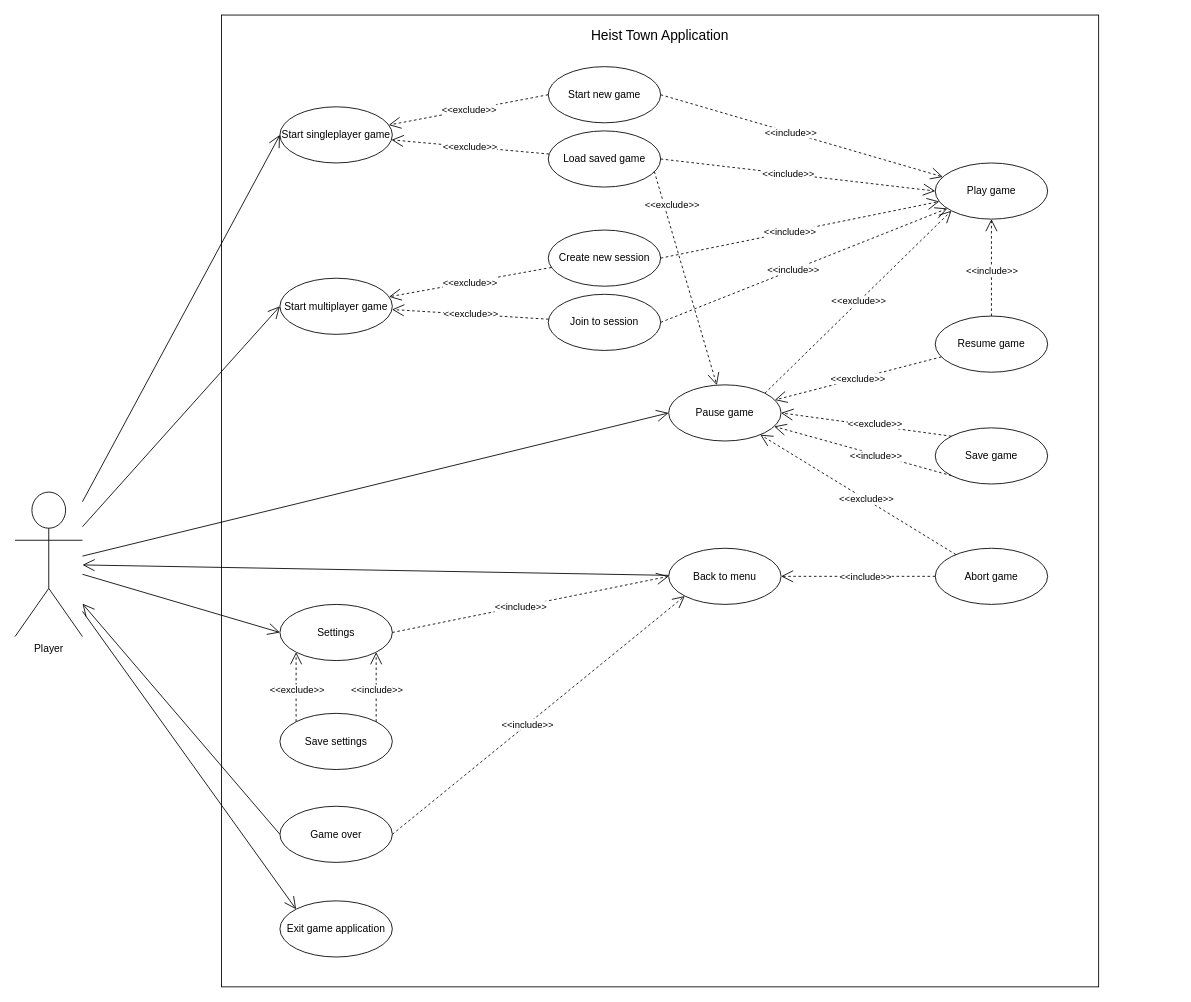
Above: doc/Use_case_diagram.drawio in TadekBiela/heisttown (draw.io), before the change. Source tidied: cells renumbered, new cells numbered last; positions are measured from the earlier drawing's top-left corner, leaving out a move shared by most shapes. Both pictures are drawn from the tidied source at 86%, with x=0, y=0 at pixel (15, 15).
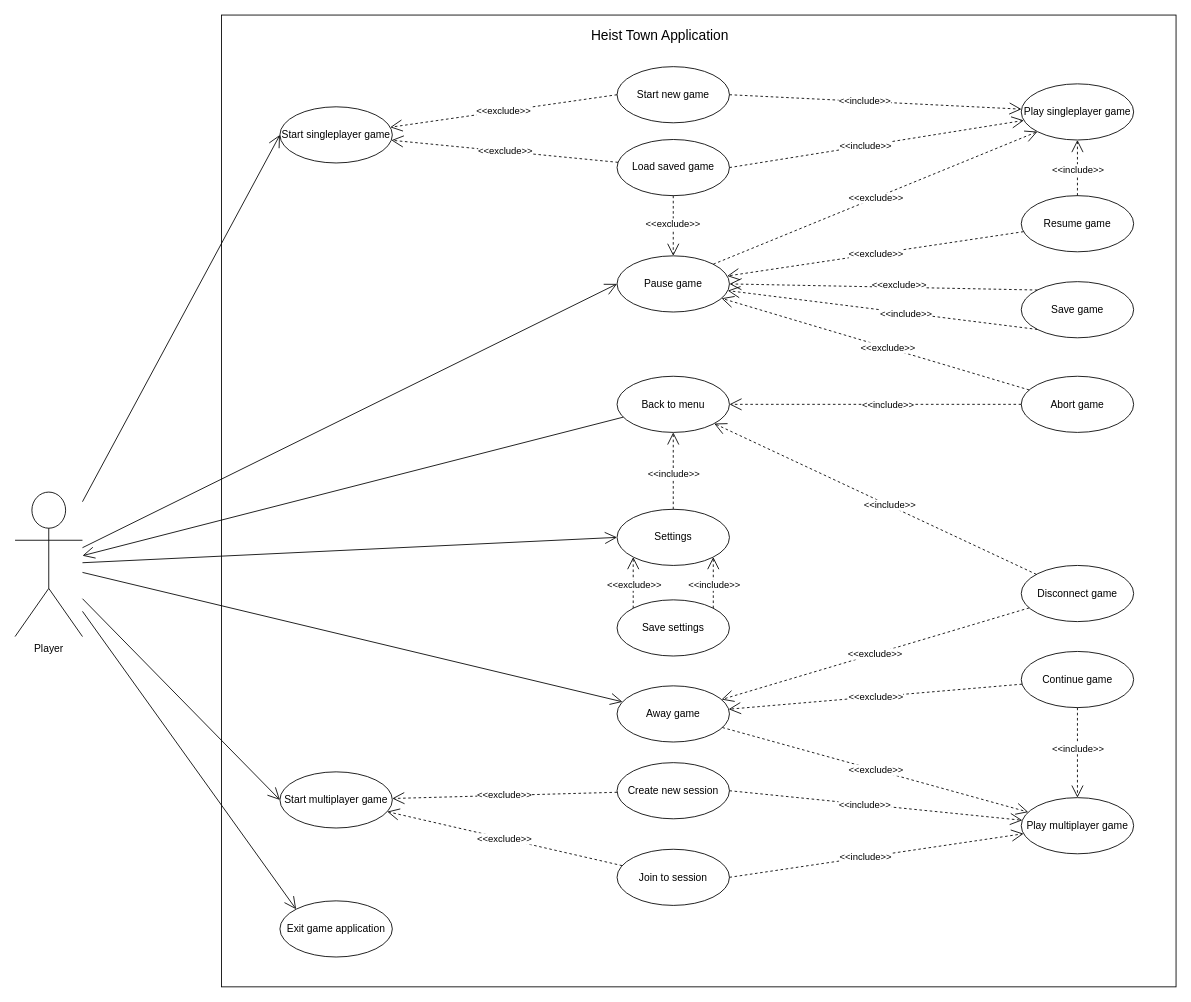
The same diagram, later.

Commit message (it also covers changes not shown here):
Improve use case diagram for multiplayer game case

Unchanged cells that the change refers to:
```xml
<mxCell id="4" value="Player" style="shape=umlActor;verticalLabelPosition=bottom;labelBackgroundColor=#ffffff;verticalAlign=top;html=1;outlineConnect=0;fillColor=none;align=center;" parent="1" vertex="1">
  <mxGeometry y="554.7" width="78.4" height="168" as="geometry" />
</mxCell>
```

The edit, as a diff of the source:
```diff
@@
     <mxCell id="2" style="rounded=0;whiteSpace=wrap;html=1;fillColor=none;" parent="1" vertex="1">
-      <mxGeometry x="240" width="1020" height="1130" as="geometry" />
+      <mxGeometry x="240" width="1110" height="1130" as="geometry" />
     </mxCell>
@@
     <mxCell id="7" value="Pause game" style="ellipse;whiteSpace=wrap;html=1;fillColor=none;" parent="1" vertex="1">
-      <mxGeometry x="760" y="430" width="130.7" height="65.3" as="geometry" />
+      <mxGeometry x="700" y="280" width="130.7" height="65.3" as="geometry" />
     </mxCell>
@@
     <mxCell id="9" value="Resume game" style="ellipse;whiteSpace=wrap;html=1;fillColor=none;" parent="1" vertex="1">
-      <mxGeometry x="1070" y="350" width="130.7" height="65.3" as="geometry" />
+      <mxGeometry x="1170" y="210" width="130.7" height="65.3" as="geometry" />
     </mxCell>
-    <mxCell id="10" value="Game over" style="ellipse;whiteSpace=wrap;html=1;fillColor=none;" parent="1" vertex="1">
-      <mxGeometry x="308" y="920" width="130.7" height="65.3" as="geometry" />
-    </mxCell>
-    <mxCell id="11" style="endArrow=open;endFill=1;endSize=12;html=1;exitX=0;exitY=0.5;exitDx=0;exitDy=0;" parent="1" edge="1" source="10" target="4">
-      <mxGeometry relative="1" as="geometry" />
-    </mxCell>
@@
     <mxCell id="13" value="Abort game" style="ellipse;whiteSpace=wrap;html=1;fillColor=none;" parent="1" vertex="1">
-      <mxGeometry x="1070" y="620" width="130.7" height="65.3" as="geometry" />
+      <mxGeometry x="1170" y="420" width="130.7" height="65.3" as="geometry" />
     </mxCell>
@@
     <mxCell id="16" value="Back to menu" style="ellipse;whiteSpace=wrap;html=1;fillColor=none;" parent="1" vertex="1">
-      <mxGeometry x="760" y="620" width="130.7" height="65.3" as="geometry" />
+      <mxGeometry x="700" y="420" width="130.7" height="65.3" as="geometry" />
     </mxCell>
-    <mxCell id="17" value="&amp;lt;&amp;lt;include&amp;gt;&amp;gt;" style="endArrow=open;endSize=12;dashed=1;html=1;entryX=0;entryY=1;entryDx=0;entryDy=0;exitX=1;exitY=0.5;exitDx=0;exitDy=0;" parent="1" edge="1" source="10" target="16">
-      <mxGeometry x="-0.08" relative="1" as="geometry">
-        <mxPoint x="1" as="offset" />
-      </mxGeometry>
-    </mxCell>
@@
-    <mxCell id="19" value="Play game" style="ellipse;whiteSpace=wrap;html=1;fillColor=none;" parent="1" vertex="1">
-      <mxGeometry x="1070" y="172" width="130.7" height="65.3" as="geometry" />
+    <mxCell id="19" value="Play singleplayer game" style="ellipse;whiteSpace=wrap;html=1;fillColor=none;" parent="1" vertex="1">
+      <mxGeometry x="1170" y="80" width="130.7" height="65.3" as="geometry" />
     </mxCell>
-    <mxCell id="20" value="&amp;lt;&amp;lt;include&amp;gt;&amp;gt;" style="endArrow=open;endSize=12;dashed=1;html=1;exitX=1;exitY=0.5;exitDx=0;exitDy=0;entryX=0;entryY=0.5;entryDx=0;entryDy=0;" parent="1" edge="1" source="38" target="19">
+    <mxCell id="20" value="&amp;lt;&amp;lt;include&amp;gt;&amp;gt;" style="endArrow=open;endSize=12;dashed=1;html=1;exitX=1;exitY=0.5;exitDx=0;exitDy=0;" parent="1" edge="1" source="38" target="19">
       <mxGeometry x="-0.08" relative="1" as="geometry">
         <mxPoint x="1" as="offset" />
       </mxGeometry>
     </mxCell>
     <mxCell id="21" value="Settings" style="ellipse;whiteSpace=wrap;html=1;fillColor=none;" parent="1" vertex="1">
-      <mxGeometry x="308" y="685.3" width="130.7" height="65.3" as="geometry" />
+      <mxGeometry x="700" y="574.7" width="130.7" height="65.3" as="geometry" />
     </mxCell>
@@
-    <mxCell id="23" value="&amp;lt;&amp;lt;include&amp;gt;&amp;gt;" style="endArrow=open;endSize=12;dashed=1;html=1;entryX=0;entryY=0.5;entryDx=0;entryDy=0;exitX=1;exitY=0.5;exitDx=0;exitDy=0;" parent="1" edge="1" source="21" target="16">
+    <mxCell id="23" value="&amp;lt;&amp;lt;include&amp;gt;&amp;gt;" style="endArrow=open;endSize=12;dashed=1;html=1;" parent="1" edge="1" source="21" target="16">
       <mxGeometry x="-0.08" relative="1" as="geometry">
         <mxPoint x="1" as="offset" />
       </mxGeometry>
     </mxCell>
@@
     <mxCell id="27" value="Save settings" style="ellipse;whiteSpace=wrap;html=1;fillColor=none;" parent="1" vertex="1">
-      <mxGeometry x="308" y="812" width="130.7" height="65.3" as="geometry" />
+      <mxGeometry x="700" y="680" width="130.7" height="65.3" as="geometry" />
     </mxCell>
@@
     <mxCell id="30" value="Start multiplayer game" style="ellipse;whiteSpace=wrap;html=1;fillColor=none;" parent="1" vertex="1">
-      <mxGeometry x="308" y="306" width="130.7" height="65.3" as="geometry" />
+      <mxGeometry x="308" y="880" width="130.7" height="65.3" as="geometry" />
     </mxCell>
@@
     <mxCell id="32" value="Create new session" style="ellipse;whiteSpace=wrap;html=1;fillColor=none;" parent="1" vertex="1">
-      <mxGeometry x="620" y="250" width="130.7" height="65.3" as="geometry" />
+      <mxGeometry x="700" y="869.3" width="130.7" height="65.3" as="geometry" />
     </mxCell>
     <mxCell id="33" value="Join to session" style="ellipse;whiteSpace=wrap;html=1;fillColor=none;" parent="1" vertex="1">
-      <mxGeometry x="620" y="324.7" width="130.7" height="65.3" as="geometry" />
+      <mxGeometry x="700" y="970" width="130.7" height="65.3" as="geometry" />
     </mxCell>
-    <mxCell id="34" value="&amp;lt;&amp;lt;include&amp;gt;&amp;gt;" style="endArrow=open;endSize=12;dashed=1;html=1;exitX=1;exitY=0.5;exitDx=0;exitDy=0;" parent="1" edge="1" source="32" target="19">
+    <mxCell id="34" value="&amp;lt;&amp;lt;include&amp;gt;&amp;gt;" style="endArrow=open;endSize=12;dashed=1;html=1;exitX=1;exitY=0.5;exitDx=0;exitDy=0;" parent="1" edge="1" source="32" target="48">
       <mxGeometry x="-0.08" relative="1" as="geometry">
         <mxPoint x="1" as="offset" />
       </mxGeometry>
     </mxCell>
-    <mxCell id="35" value="&amp;lt;&amp;lt;include&amp;gt;&amp;gt;" style="endArrow=open;endSize=12;dashed=1;html=1;exitX=1;exitY=0.5;exitDx=0;exitDy=0;" parent="1" edge="1" source="33" target="19">
+    <mxCell id="35" value="&amp;lt;&amp;lt;include&amp;gt;&amp;gt;" style="endArrow=open;endSize=12;dashed=1;html=1;exitX=1;exitY=0.5;exitDx=0;exitDy=0;" parent="1" edge="1" source="33" target="48">
       <mxGeometry x="-0.08" relative="1" as="geometry">
         <mxPoint x="1" as="offset" />
       </mxGeometry>
     </mxCell>
@@
     <mxCell id="38" value="Load saved game" style="ellipse;whiteSpace=wrap;html=1;fillColor=none;" parent="1" vertex="1">
-      <mxGeometry x="620" y="134.7" width="130.7" height="65.3" as="geometry" />
+      <mxGeometry x="700" y="144.7" width="130.7" height="65.3" as="geometry" />
     </mxCell>
     <mxCell id="39" value="Start new game" style="ellipse;whiteSpace=wrap;html=1;fillColor=none;" parent="1" vertex="1">
-      <mxGeometry x="620" y="60" width="130.7" height="65.3" as="geometry" />
+      <mxGeometry x="700" y="60" width="130.7" height="65.3" as="geometry" />
     </mxCell>
@@
     <mxCell id="43" value="Save game" style="ellipse;whiteSpace=wrap;html=1;fillColor=none;" parent="1" vertex="1">
-      <mxGeometry x="1070" y="480" width="130.7" height="65.3" as="geometry" />
+      <mxGeometry x="1170" y="310" width="130.7" height="65.3" as="geometry" />
     </mxCell>
@@
-    <mxCell id="46" value="&amp;lt;&amp;lt;exclude&amp;gt;&amp;gt;" style="endArrow=open;endSize=12;dashed=1;html=1;exitX=0.944;exitY=0.724;exitDx=0;exitDy=0;exitPerimeter=0;" parent="1" edge="1" source="38" target="7">
-      <mxGeometry x="-0.67" y="9" relative="1" as="geometry" />
+    <mxCell id="46" value="&amp;lt;&amp;lt;exclude&amp;gt;&amp;gt;" style="endArrow=open;endSize=12;dashed=1;html=1;" parent="1" edge="1" source="38" target="7">
+      <mxGeometry x="-0.07" relative="1" as="geometry" />
     </mxCell>
@@
+    <mxCell id="48" value="Play multiplayer game" style="ellipse;whiteSpace=wrap;html=1;fillColor=none;" parent="1" vertex="1">
+      <mxGeometry x="1170" y="910" width="130.7" height="65.3" as="geometry" />
+    </mxCell>
+    <mxCell id="49" value="Away game" style="ellipse;whiteSpace=wrap;html=1;fillColor=none;" parent="1" vertex="1">
+      <mxGeometry x="700" y="780" width="130.7" height="65.3" as="geometry" />
+    </mxCell>
+    <mxCell id="50" value="Disconnect game" style="ellipse;whiteSpace=wrap;html=1;fillColor=none;" parent="1" vertex="1">
+      <mxGeometry x="1170" y="640" width="130.7" height="65.3" as="geometry" />
+    </mxCell>
+    <mxCell id="51" value="&amp;lt;&amp;lt;exclude&amp;gt;&amp;gt;" style="endArrow=open;endSize=12;dashed=1;html=1;" parent="1" edge="1" source="49" target="48">
+      <mxGeometry relative="1" as="geometry" />
+    </mxCell>
+    <mxCell id="52" value="&amp;lt;&amp;lt;exclude&amp;gt;&amp;gt;" style="endArrow=open;endSize=12;dashed=1;html=1;" parent="1" edge="1" source="50" target="49">
+      <mxGeometry relative="1" as="geometry" />
+    </mxCell>
+    <mxCell id="53" value="&amp;lt;&amp;lt;include&amp;gt;&amp;gt;" style="endArrow=open;endSize=12;dashed=1;html=1;" parent="1" edge="1" source="50" target="16">
+      <mxGeometry x="-0.08" relative="1" as="geometry">
+        <mxPoint x="1" as="offset" />
+      </mxGeometry>
+    </mxCell>
+    <mxCell id="54" value="Continue game" style="ellipse;whiteSpace=wrap;html=1;fillColor=none;" parent="1" vertex="1">
+      <mxGeometry x="1170" y="740" width="130.7" height="65.3" as="geometry" />
+    </mxCell>
+    <mxCell id="55" value="&amp;lt;&amp;lt;exclude&amp;gt;&amp;gt;" style="endArrow=open;endSize=12;dashed=1;html=1;" parent="1" edge="1" source="54" target="49">
+      <mxGeometry relative="1" as="geometry" />
+    </mxCell>
+    <mxCell id="56" value="&amp;lt;&amp;lt;include&amp;gt;&amp;gt;" style="endArrow=open;endSize=12;dashed=1;html=1;" parent="1" edge="1" source="54" target="48">
+      <mxGeometry x="-0.08" relative="1" as="geometry">
+        <mxPoint x="1" as="offset" />
+      </mxGeometry>
+    </mxCell>
+    <mxCell id="57" style="endArrow=open;endFill=1;endSize=12;html=1;" parent="1" edge="1" source="4" target="49">
+      <mxGeometry relative="1" as="geometry" />
+    </mxCell>
```
